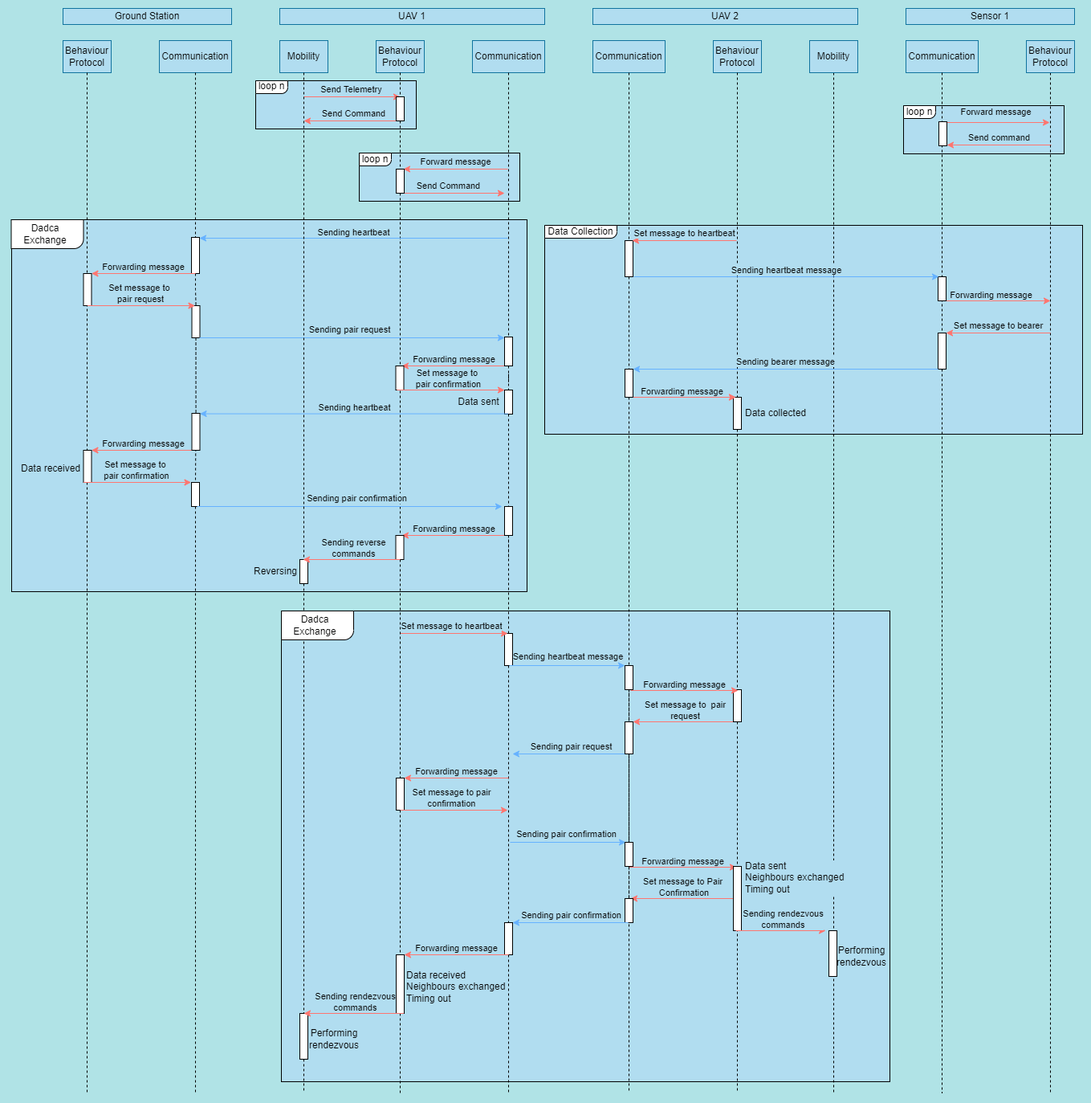
Project-GrADyS/gradys-simulations keeps this draw.io diagram as assets/message_diagram.png. Above is the earlier version. Source tidied: cells renumbered, new cells last; positions are measured from the earlier drawing's top-left corner, leaving out a move shared by most shapes.
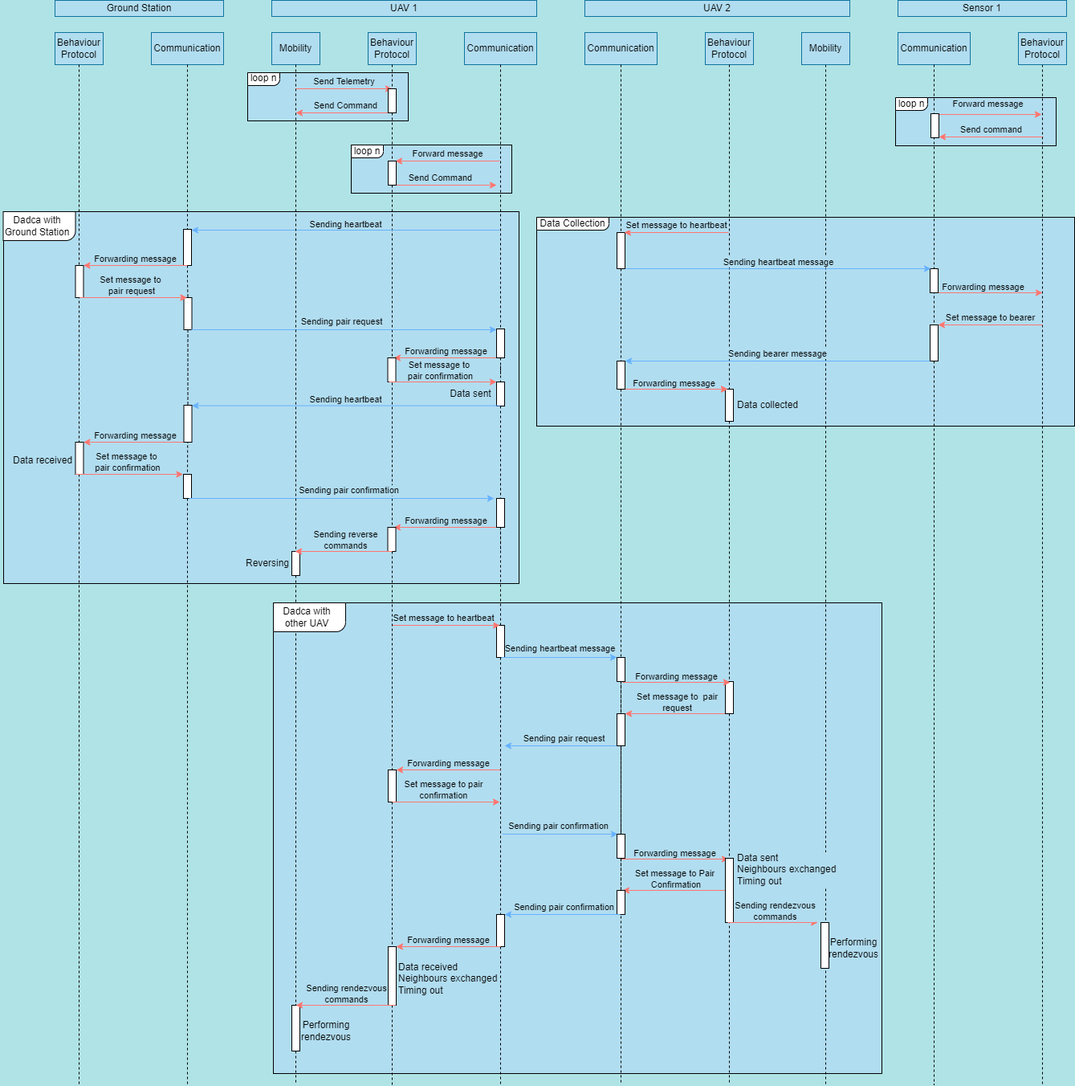
The same file after the commit.

Commit message:
Small correction o n message diagram

The edit, as a diff of the source:
```diff
@@ -563,7 +563,7 @@
     <mxCell id="131" style="verticalLabelPosition=bottom;verticalAlign=top;html=1;shape=mxgraph.basic.corner_round_rect;dx=6;fillColor=default;rotation=-180;" parent="1" vertex="1">
       <mxGeometry x="340" y="750" width="90" height="36" as="geometry" />
     </mxCell>
-    <mxCell id="132" value="Dadca Exchange" style="text;html=1;strokeColor=none;fillColor=none;align=center;verticalAlign=middle;whiteSpace=wrap;rounded=0;" parent="1" vertex="1">
+    <mxCell id="132" value="Dadca with other UAV" style="text;html=1;strokeColor=none;fillColor=none;align=center;verticalAlign=middle;whiteSpace=wrap;rounded=0;" parent="1" vertex="1">
       <mxGeometry x="337" y="753" width="90" height="29" as="geometry" />
     </mxCell>
     <mxCell id="133" style="edgeStyle=orthogonalEdgeStyle;rounded=0;jettySize=auto;html=1;exitX=0.5;exitY=1;exitDx=0;exitDy=0;dashed=1;endArrow=none;endFill=0;" parent="1" edge="1" source="69">
@@ -777,7 +777,7 @@
     <mxCell id="181" style="verticalLabelPosition=bottom;verticalAlign=top;html=1;shape=mxgraph.basic.corner_round_rect;dx=6;fillColor=default;rotation=-180;" parent="1" vertex="1">
       <mxGeometry x="3.5" y="263" width="90" height="36" as="geometry" />
     </mxCell>
-    <mxCell id="182" value="Dadca Exchange" style="text;html=1;strokeColor=none;fillColor=none;align=center;verticalAlign=middle;whiteSpace=wrap;rounded=0;" parent="1" vertex="1">
+    <mxCell id="182" value="Dadca with&lt;br&gt;Ground Station" style="text;html=1;strokeColor=none;fillColor=none;align=center;verticalAlign=middle;whiteSpace=wrap;rounded=0;" parent="1" vertex="1">
       <mxGeometry x="0.5" y="266" width="90" height="29" as="geometry" />
     </mxCell>
     <mxCell id="183" style="rounded=0;whiteSpace=wrap;html=1;" parent="1" vertex="1">
```
